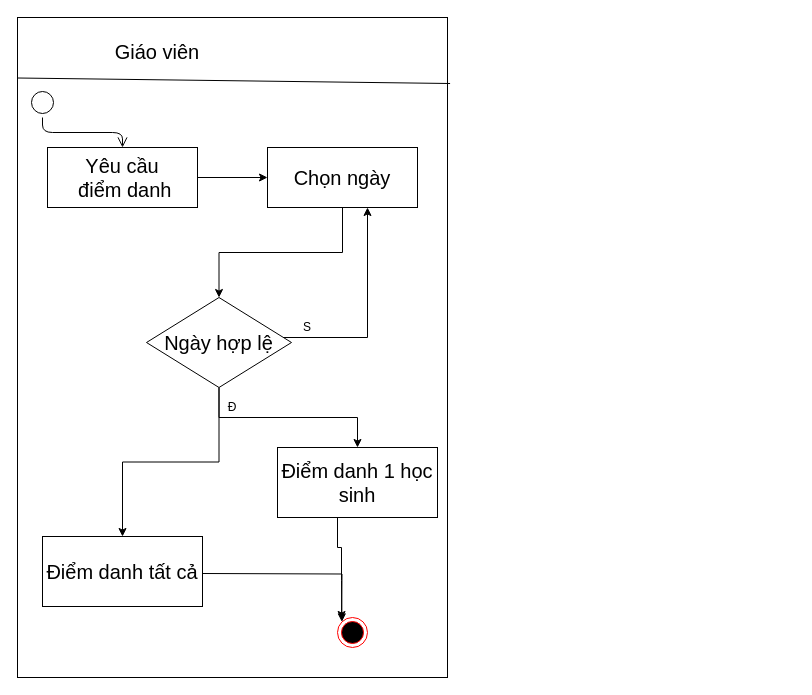
Before: page "diem danh" (2 of 3) of BaoCao/BT2/bt2-lam.drawio in ktd131/ThucTapCNTT, a draw.io diagram. Source tidied: cells renumbered, new cells numbered last; positions are measured from the earlier drawing's top-left corner, leaving out a move shared by most shapes. Both pictures are drawn from the tidied source at 100%, with x=0, y=0 at pixel (17, 17).
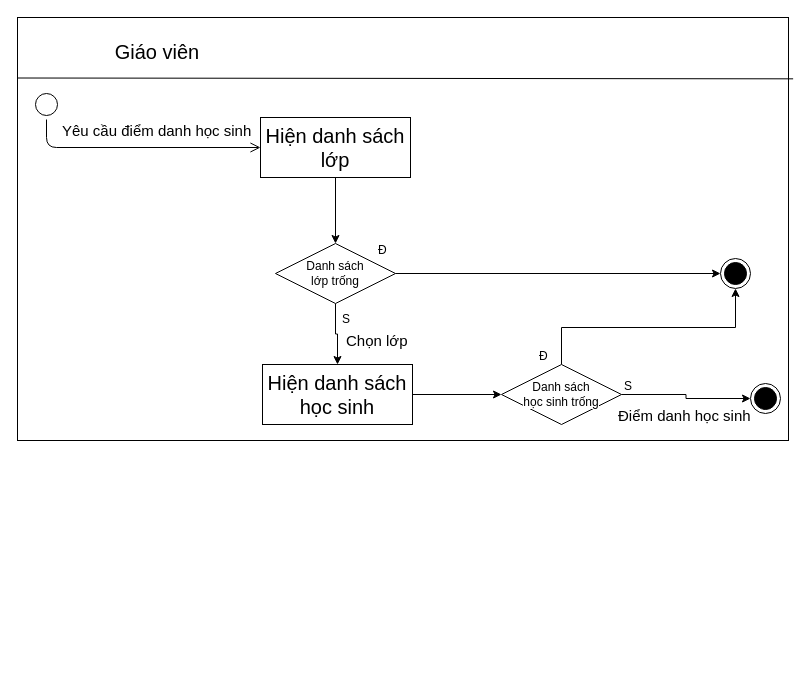
Above is the later version.

Diff of the diagram source:
```diff
@@
     <mxCell id="2" style="rounded=0;whiteSpace=wrap;html=1;fontSize=20;strokeColor=#000000;gradientColor=none;" parent="1" vertex="1">
-      <mxGeometry width="430" height="660" as="geometry" />
+      <mxGeometry width="771" height="423" as="geometry" />
     </mxCell>
-    <mxCell id="3" style="endArrow=none;html=1;fontSize=20;strokeColor=#000000;exitX=0;exitY=0.25;exitDx=0;exitDy=0;entryX=1.006;entryY=0.1;entryDx=0;entryDy=0;entryPerimeter=0;" parent="1" edge="1" target="2">
+    <mxCell id="3" style="endArrow=none;html=1;fontSize=20;strokeColor=#000000;exitX=0;exitY=0.25;exitDx=0;exitDy=0;entryX=1.006;entryY=0.145;entryDx=0;entryDy=0;entryPerimeter=0;" parent="1" edge="1" target="2">
       <mxGeometry relative="1" as="geometry">
         <mxPoint y="60.5" as="sourcePoint" />
       </mxGeometry>
     </mxCell>
     <mxCell id="4" style="ellipse;html=1;shape=startState;fontSize=20;fillColor=#FFFFFF;" parent="1" vertex="1">
-      <mxGeometry x="10" y="70" width="30" height="30" as="geometry" />
+      <mxGeometry x="14" y="72" width="30" height="30" as="geometry" />
     </mxCell>
     <mxCell id="5" style="edgeStyle=orthogonalEdgeStyle;html=1;verticalAlign=bottom;endArrow=open;endSize=8;fontSize=20;" parent="1" edge="1" source="4" target="9">
-      <mxGeometry relative="1" as="geometry" />
+      <mxGeometry relative="1" as="geometry">
+        <Array as="points">
+          <mxPoint x="29" y="130" />
+        </Array>
+      </mxGeometry>
     </mxCell>
-    <mxCell id="6" style="ellipse;html=1;shape=endState;fillColor=#000000;strokeColor=#ff0000;fontSize=20;" parent="1" vertex="1">
-      <mxGeometry x="320" y="600" width="30" height="30" as="geometry" />
+    <mxCell id="6" style="ellipse;html=1;shape=endState;fillColor=#000000;fontSize=20;" parent="1" vertex="1">
+      <mxGeometry x="733" y="366" width="30" height="30" as="geometry" />
     </mxCell>
@@
-    <mxCell id="8" style="edgeStyle=none;rounded=0;jettySize=auto;html=1;fontSize=20;strokeColor=#000000;" parent="1" edge="1" source="9" target="17">
+    <mxCell id="8" style="edgeStyle=none;rounded=0;jettySize=auto;html=1;fontSize=20;strokeColor=#000000;" parent="1" edge="1" source="9" target="28">
       <mxGeometry relative="1" as="geometry" />
     </mxCell>
-    <mxCell id="9" value="Yêu cầu&lt;br&gt;&amp;nbsp;điểm danh" style="rounded=0;whiteSpace=wrap;html=1;fontSize=20;strokeColor=#000000;fillColor=#FFFFFF;gradientColor=none;" parent="1" vertex="1">
-      <mxGeometry x="30" y="130" width="150" height="60" as="geometry" />
+    <mxCell id="9" value="Hiện danh sách lớp" style="rounded=0;whiteSpace=wrap;html=1;fontSize=20;strokeColor=#000000;fillColor=#FFFFFF;gradientColor=none;" parent="1" vertex="1">
+      <mxGeometry x="243" y="100" width="150" height="60" as="geometry" />
     </mxCell>
-    <mxCell id="10" style="edgeStyle=orthogonalEdgeStyle;rounded=0;jettySize=auto;html=1;entryX=0;entryY=0;entryDx=0;entryDy=0;fontSize=20;strokeColor=#000000;" parent="1" edge="1" source="11" target="6">
-      <mxGeometry relative="1" as="geometry">
-        <Array as="points">
-          <mxPoint x="320" y="530" />
-          <mxPoint x="324" y="530" />
-          <mxPoint x="324" y="563" />
-        </Array>
-      </mxGeometry>
-    </mxCell>
-    <mxCell id="11" value="Điểm danh 1 học sinh" style="rounded=0;whiteSpace=wrap;html=1;fontSize=20;strokeColor=#000000;fillColor=#FFFFFF;gradientColor=none;" parent="1" vertex="1">
-      <mxGeometry x="260" y="430" width="160" height="70" as="geometry" />
-    </mxCell>
-    <mxCell id="12" style="edgeStyle=orthogonalEdgeStyle;rounded=0;orthogonalLoop=1;jettySize=auto;html=1;fontSize=20;strokeColor=#000000;" parent="1" edge="1">
-      <mxGeometry relative="1" as="geometry">
-        <mxPoint x="185" y="556" as="sourcePoint" />
-        <mxPoint x="324" y="602" as="targetPoint" />
-      </mxGeometry>
-    </mxCell>
-    <mxCell id="13" value="Điểm danh tất cả" style="rounded=0;whiteSpace=wrap;html=1;fontSize=20;strokeColor=#000000;fillColor=#FFFFFF;gradientColor=none;" parent="1" vertex="1">
-      <mxGeometry x="25" y="519" width="160" height="70" as="geometry" />
-    </mxCell>
-    <mxCell id="14" style="edgeStyle=orthogonalEdgeStyle;rounded=0;jettySize=auto;html=1;fontSize=20;strokeColor=#000000;" parent="1" edge="1" source="19" target="11">
-      <mxGeometry relative="1" as="geometry" />
-    </mxCell>
-    <mxCell id="15" style="edgeStyle=orthogonalEdgeStyle;rounded=0;jettySize=auto;html=1;fontSize=20;strokeColor=#000000;" parent="1" edge="1" source="19" target="13">
-      <mxGeometry relative="1" as="geometry" />
-    </mxCell>
-    <mxCell id="16" style="edgeStyle=orthogonalEdgeStyle;rounded=0;jettySize=auto;html=1;strokeColor=#000000;" parent="1" edge="1" source="17" target="19">
-      <mxGeometry relative="1" as="geometry" />
-    </mxCell>
+    <mxCell id="22" style="edgeStyle=orthogonalEdgeStyle;rounded=0;jettySize=auto;html=1;fontSize=15;" parent="1" edge="1" source="17" target="34">
+      <mxGeometry relative="1" as="geometry" />
+    </mxCell>
-    <mxCell id="17" value="Chọn ngày" style="rounded=0;whiteSpace=wrap;html=1;fontSize=20;strokeColor=#000000;fillColor=#FFFFFF;gradientColor=none;" parent="1" vertex="1">
-      <mxGeometry x="250" y="130" width="150" height="60" as="geometry" />
+    <mxCell id="17" value="Hiện danh sách học sinh" style="rounded=0;whiteSpace=wrap;html=1;fontSize=20;strokeColor=#000000;fillColor=#FFFFFF;gradientColor=none;" parent="1" vertex="1">
+      <mxGeometry x="245" y="347" width="150" height="60" as="geometry" />
     </mxCell>
-    <mxCell id="18" style="edgeStyle=orthogonalEdgeStyle;rounded=0;jettySize=auto;html=1;strokeColor=#000000;" parent="1" edge="1" source="19" target="17">
-      <mxGeometry relative="1" as="geometry">
-        <Array as="points">
-          <mxPoint x="201" y="320" />
-          <mxPoint x="350" y="320" />
-        </Array>
-      </mxGeometry>
-    </mxCell>
-    <mxCell id="19" value="Ngày hợp lệ" style="rhombus;whiteSpace=wrap;html=1;strokeColor=#000000;gradientColor=none;fontSize=20;" parent="1" vertex="1">
-      <mxGeometry x="129" y="280" width="145" height="90" as="geometry" />
-    </mxCell>
-    <mxCell id="20" value="Đ" style="text;html=1;strokeColor=none;fillColor=none;align=center;verticalAlign=middle;whiteSpace=wrap;rounded=0;" parent="1" vertex="1">
-      <mxGeometry x="195" y="380" width="40" height="20" as="geometry" />
-    </mxCell>
-    <mxCell id="21" value="S" style="text;html=1;strokeColor=none;fillColor=none;align=center;verticalAlign=middle;whiteSpace=wrap;rounded=0;" parent="1" vertex="1">
-      <mxGeometry x="270" y="300" width="40" height="20" as="geometry" />
-    </mxCell>
+    <mxCell id="23" value="Yêu cầu điểm danh học sinh" style="text;strokeColor=none;fillColor=none;spacingLeft=4;spacingRight=4;overflow=hidden;fontSize=15;verticalAlign=top;align=left;" parent="1" vertex="1">
+      <mxGeometry x="39" y="98" width="206" height="38" as="geometry" />
+    </mxCell>
+    <mxCell id="24" value="Chọn lớp" style="text;strokeColor=none;fillColor=none;spacingLeft=4;spacingRight=4;overflow=hidden;fontSize=15;" parent="1" vertex="1">
+      <mxGeometry x="323" y="308" width="152" height="30" as="geometry" />
+    </mxCell>
+    <mxCell id="25" value="Điểm danh học sinh" style="text;strokeColor=none;fillColor=none;spacingLeft=4;spacingRight=4;overflow=hidden;fontSize=15;" parent="1" vertex="1">
+      <mxGeometry x="595" y="383" width="152" height="30" as="geometry" />
+    </mxCell>
+    <mxCell id="26" style="edgeStyle=orthogonalEdgeStyle;rounded=0;jettySize=auto;html=1;" parent="1" edge="1" source="28" target="31">
+      <mxGeometry relative="1" as="geometry" />
+    </mxCell>
+    <mxCell id="27" style="edgeStyle=orthogonalEdgeStyle;rounded=0;jettySize=auto;html=1;" parent="1" edge="1" source="28" target="17">
+      <mxGeometry relative="1" as="geometry" />
+    </mxCell>
+    <mxCell id="28" value="&lt;span style=&quot;color: rgb(0 , 0 , 0) ; font-size: 12px ; font-style: normal ; font-weight: 400 ; letter-spacing: normal ; text-align: left ; text-indent: 0px ; text-transform: none ; word-spacing: 0px ; font-family: &amp;#34;helvetica&amp;#34; ; background-color: rgb(255 , 255 , 255) ; display: inline ; float: none&quot;&gt;Danh sách &lt;br&gt;lớp trống&lt;/span&gt;" style="shape=rhombus;perimeter=rhombusPerimeter;whiteSpace=wrap;html=1;align=center;verticalAlign=middle;" parent="1" vertex="1">
+      <mxGeometry x="258" y="226" width="120" height="60" as="geometry" />
+    </mxCell>
+    <mxCell id="29" value="S" style="text;strokeColor=none;fillColor=none;spacingLeft=4;spacingRight=4;overflow=hidden;fontSize=12;align=left;verticalAlign=middle;" parent="1" vertex="1">
+      <mxGeometry x="319" y="286" width="40" height="30" as="geometry" />
+    </mxCell>
+    <mxCell id="30" value="Đ" style="text;strokeColor=none;fillColor=none;spacingLeft=4;spacingRight=4;overflow=hidden;fontSize=12;align=left;verticalAlign=middle;" parent="1" vertex="1">
+      <mxGeometry x="355" y="217" width="40" height="30" as="geometry" />
+    </mxCell>
+    <mxCell id="31" style="ellipse;html=1;shape=endState;fillColor=#000000;fontSize=20;" parent="1" vertex="1">
+      <mxGeometry x="703" y="241" width="30" height="30" as="geometry" />
+    </mxCell>
+    <mxCell id="32" style="edgeStyle=orthogonalEdgeStyle;rounded=0;jettySize=auto;html=1;" parent="1" edge="1" source="34" target="6">
+      <mxGeometry relative="1" as="geometry" />
+    </mxCell>
+    <mxCell id="33" style="edgeStyle=orthogonalEdgeStyle;rounded=0;jettySize=auto;html=1;" parent="1" edge="1" source="34" target="31">
+      <mxGeometry relative="1" as="geometry">
+        <Array as="points">
+          <mxPoint x="544" y="310" />
+          <mxPoint x="718" y="310" />
+        </Array>
+      </mxGeometry>
+    </mxCell>
+    <mxCell id="34" value="&lt;span style=&quot;color: rgb(0 , 0 , 0) ; font-size: 12px ; font-style: normal ; font-weight: 400 ; letter-spacing: normal ; text-align: left ; text-indent: 0px ; text-transform: none ; word-spacing: 0px ; font-family: &amp;#34;helvetica&amp;#34; ; background-color: rgb(255 , 255 , 255) ; display: inline ; float: none&quot;&gt;Danh sách &lt;br&gt;học sinh trống&lt;/span&gt;" style="shape=rhombus;perimeter=rhombusPerimeter;whiteSpace=wrap;html=1;align=center;verticalAlign=middle;" parent="1" vertex="1">
+      <mxGeometry x="484" y="347" width="120" height="60" as="geometry" />
+    </mxCell>
+    <mxCell id="35" value="S" style="text;strokeColor=none;fillColor=none;spacingLeft=4;spacingRight=4;overflow=hidden;fontSize=12;align=left;verticalAlign=middle;" parent="1" vertex="1">
+      <mxGeometry x="601" y="353" width="40" height="30" as="geometry" />
+    </mxCell>
+    <mxCell id="36" value="Đ" style="text;strokeColor=none;fillColor=none;spacingLeft=4;spacingRight=4;overflow=hidden;fontSize=12;align=left;verticalAlign=middle;" parent="1" vertex="1">
+      <mxGeometry x="516" y="323" width="40" height="30" as="geometry" />
+    </mxCell>
```
